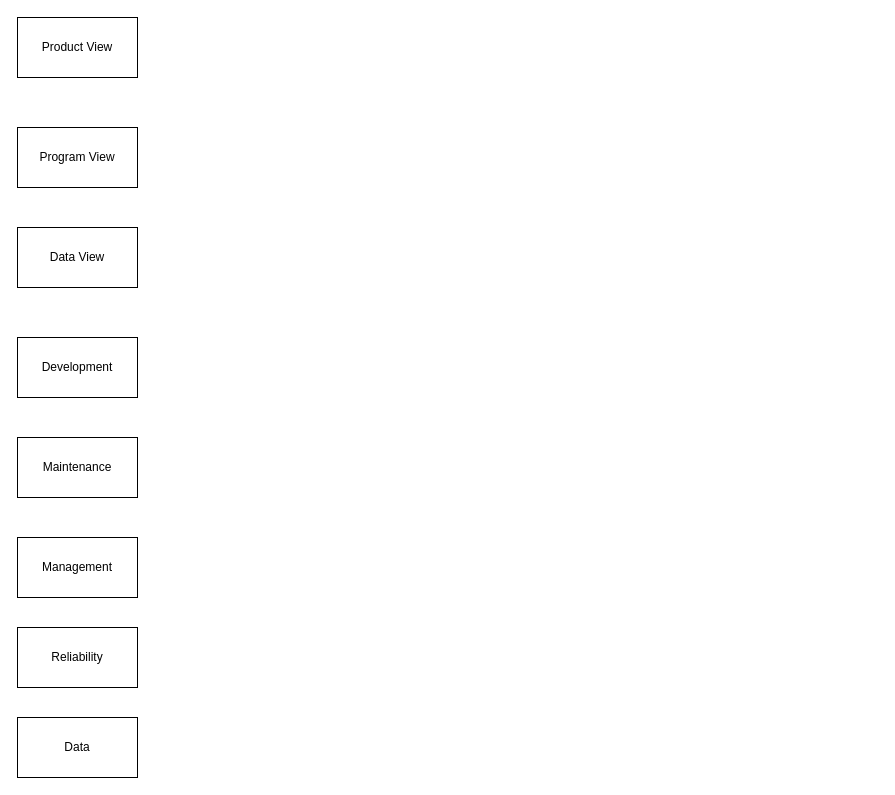
Earlier version of the draw.io diagram software engine.drawio (kason-huang/DrawIO). Source tidied: cells renumbered, new cells numbered last; positions are measured from the earlier drawing's top-left corner, leaving out a move shared by most shapes. Both pictures are drawn from the tidied source at 100%, with x=0, y=0 at pixel (17, 17).
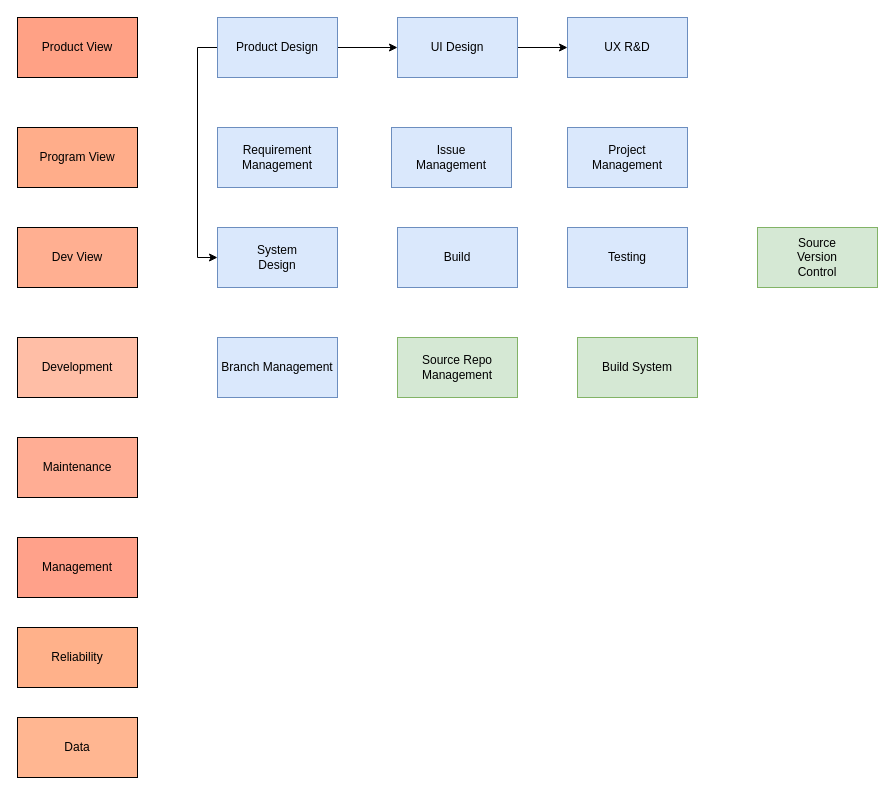
After the change.

The edit, as a diff of the source:
```diff
@@
-    <mxCell id="2" value="Product View" style="rounded=0;whiteSpace=wrap;html=1;" parent="1" vertex="1">
+    <mxCell id="2" value="Product View" style="rounded=0;whiteSpace=wrap;html=1;fillColor=#FFA185;" parent="1" vertex="1">
       <mxGeometry width="120" height="60" as="geometry" />
     </mxCell>
-    <mxCell id="3" value="Program View" style="rounded=0;whiteSpace=wrap;html=1;" parent="1" vertex="1">
+    <mxCell id="3" value="Program View" style="rounded=0;whiteSpace=wrap;html=1;fillColor=#FFAD8A;" parent="1" vertex="1">
       <mxGeometry y="110" width="120" height="60" as="geometry" />
     </mxCell>
-    <mxCell id="4" value="Data View" style="rounded=0;whiteSpace=wrap;html=1;" parent="1" vertex="1">
+    <mxCell id="4" value="Dev View" style="rounded=0;whiteSpace=wrap;html=1;fillColor=#FFAF91;" parent="1" vertex="1">
       <mxGeometry y="210" width="120" height="60" as="geometry" />
     </mxCell>
-    <mxCell id="5" value="Development" style="rounded=0;whiteSpace=wrap;html=1;" parent="1" vertex="1">
+    <mxCell id="5" value="Development" style="rounded=0;whiteSpace=wrap;html=1;fillColor=#FFBEA6;" parent="1" vertex="1">
       <mxGeometry y="320" width="120" height="60" as="geometry" />
     </mxCell>
-    <mxCell id="6" value="Maintenance" style="rounded=0;whiteSpace=wrap;html=1;" parent="1" vertex="1">
+    <mxCell id="6" value="Maintenance" style="rounded=0;whiteSpace=wrap;html=1;fillColor=#FFAD94;" parent="1" vertex="1">
       <mxGeometry y="420" width="120" height="60" as="geometry" />
     </mxCell>
-    <mxCell id="7" value="Management" style="rounded=0;whiteSpace=wrap;html=1;" parent="1" vertex="1">
+    <mxCell id="7" value="Management" style="rounded=0;whiteSpace=wrap;html=1;fillColor=#FFA18A;" parent="1" vertex="1">
       <mxGeometry y="520" width="120" height="60" as="geometry" />
     </mxCell>
-    <mxCell id="8" value="Reliability" style="rounded=0;whiteSpace=wrap;html=1;" parent="1" vertex="1">
+    <mxCell id="8" value="Reliability" style="rounded=0;whiteSpace=wrap;html=1;fillColor=#FFB18A;" parent="1" vertex="1">
       <mxGeometry y="610" width="120" height="60" as="geometry" />
     </mxCell>
-    <mxCell id="9" value="Data" style="rounded=0;whiteSpace=wrap;html=1;" parent="1" vertex="1">
+    <mxCell id="9" value="Data" style="rounded=0;whiteSpace=wrap;html=1;fillColor=#FFB691;" parent="1" vertex="1">
       <mxGeometry y="700" width="120" height="60" as="geometry" />
     </mxCell>
+    <mxCell id="10" style="edgeStyle=orthogonalEdgeStyle;rounded=0;jettySize=auto;html=1;" parent="1" edge="1" source="12" target="14">
+      <mxGeometry relative="1" as="geometry" />
+    </mxCell>
+    <mxCell id="11" style="edgeStyle=orthogonalEdgeStyle;rounded=0;jettySize=auto;html=1;entryX=0;entryY=0.5;entryDx=0;entryDy=0;exitX=0;exitY=0.5;exitDx=0;exitDy=0;" parent="1" edge="1" source="12" target="19">
+      <mxGeometry relative="1" as="geometry" />
+    </mxCell>
+    <mxCell id="12" value="Product Design" style="rounded=0;whiteSpace=wrap;html=1;fillColor=#dae8fc;strokeColor=#6c8ebf;" parent="1" vertex="1">
+      <mxGeometry x="200" width="120" height="60" as="geometry" />
+    </mxCell>
+    <mxCell id="13" style="edgeStyle=orthogonalEdgeStyle;rounded=0;jettySize=auto;html=1;" parent="1" edge="1" source="14" target="15">
+      <mxGeometry relative="1" as="geometry" />
+    </mxCell>
+    <mxCell id="14" value="UI Design" style="rounded=0;whiteSpace=wrap;html=1;fillColor=#dae8fc;strokeColor=#6c8ebf;" parent="1" vertex="1">
+      <mxGeometry x="380" width="120" height="60" as="geometry" />
+    </mxCell>
+    <mxCell id="15" value="UX R&amp;amp;D" style="rounded=0;whiteSpace=wrap;html=1;fillColor=#dae8fc;strokeColor=#6c8ebf;" parent="1" vertex="1">
+      <mxGeometry x="550" width="120" height="60" as="geometry" />
+    </mxCell>
+    <mxCell id="16" value="Requirement&lt;br&gt;Management" style="rounded=0;whiteSpace=wrap;html=1;fillColor=#dae8fc;strokeColor=#6c8ebf;" parent="1" vertex="1">
+      <mxGeometry x="200" y="110" width="120" height="60" as="geometry" />
+    </mxCell>
+    <mxCell id="17" value="Issue&lt;br&gt;Management" style="rounded=0;whiteSpace=wrap;html=1;fillColor=#dae8fc;strokeColor=#6c8ebf;" parent="1" vertex="1">
+      <mxGeometry x="374" y="110" width="120" height="60" as="geometry" />
+    </mxCell>
+    <mxCell id="18" value="Project&lt;br&gt;Management" style="rounded=0;whiteSpace=wrap;html=1;fillColor=#dae8fc;strokeColor=#6c8ebf;" parent="1" vertex="1">
+      <mxGeometry x="550" y="110" width="120" height="60" as="geometry" />
+    </mxCell>
+    <mxCell id="19" value="System&lt;br&gt;Design" style="rounded=0;whiteSpace=wrap;html=1;fillColor=#dae8fc;strokeColor=#6c8ebf;" parent="1" vertex="1">
+      <mxGeometry x="200" y="210" width="120" height="60" as="geometry" />
+    </mxCell>
+    <mxCell id="20" value="Build" style="rounded=0;whiteSpace=wrap;html=1;fillColor=#dae8fc;strokeColor=#6c8ebf;" parent="1" vertex="1">
+      <mxGeometry x="380" y="210" width="120" height="60" as="geometry" />
+    </mxCell>
+    <mxCell id="21" value="Testing" style="rounded=0;whiteSpace=wrap;html=1;fillColor=#dae8fc;strokeColor=#6c8ebf;" parent="1" vertex="1">
+      <mxGeometry x="550" y="210" width="120" height="60" as="geometry" />
+    </mxCell>
+    <mxCell id="22" value="Source&lt;br&gt;Version&lt;br&gt;Control" style="rounded=0;whiteSpace=wrap;html=1;fillColor=#d5e8d4;strokeColor=#82b366;" parent="1" vertex="1">
+      <mxGeometry x="740" y="210" width="120" height="60" as="geometry" />
+    </mxCell>
+    <mxCell id="23" value="Branch Management" style="rounded=0;whiteSpace=wrap;html=1;fillColor=#dae8fc;strokeColor=#6c8ebf;" parent="1" vertex="1">
+      <mxGeometry x="200" y="320" width="120" height="60" as="geometry" />
+    </mxCell>
+    <mxCell id="24" value="Source Repo&lt;br&gt;Management" style="rounded=0;whiteSpace=wrap;html=1;fillColor=#d5e8d4;strokeColor=#82b366;" parent="1" vertex="1">
+      <mxGeometry x="380" y="320" width="120" height="60" as="geometry" />
+    </mxCell>
+    <mxCell id="25" value="Build System" style="rounded=0;whiteSpace=wrap;html=1;fillColor=#d5e8d4;strokeColor=#82b366;" parent="1" vertex="1">
+      <mxGeometry x="560" y="320" width="120" height="60" as="geometry" />
+    </mxCell>
```
